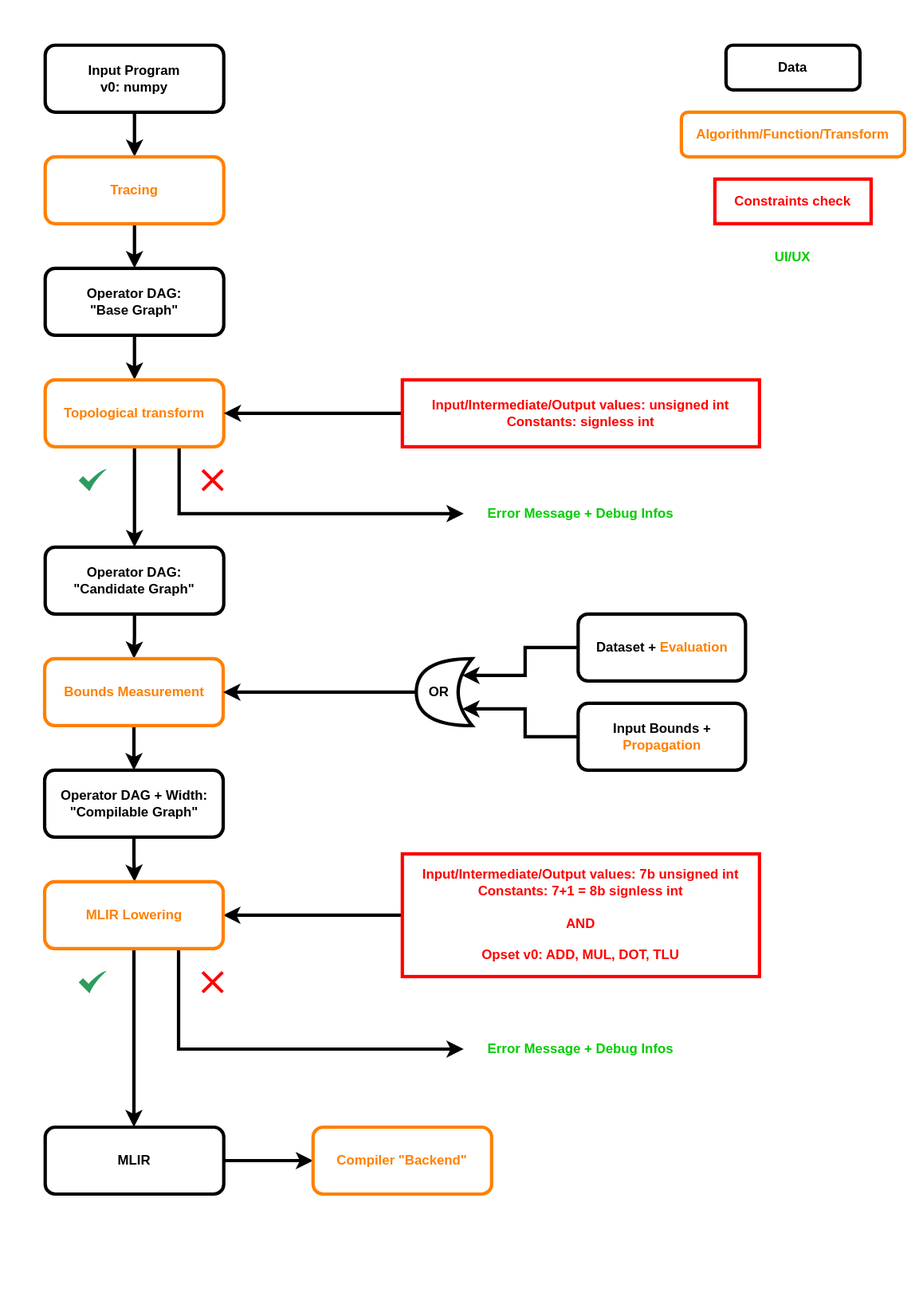
zama-ai/concrete keeps this draw.io diagram as docs/_static/compilation-pipeline/frontend_flow.svg. Above is the earlier version. Source tidied: cells renumbered, new cells last; positions are measured from the earlier drawing's top-left corner, leaving out a move shared by most shapes.
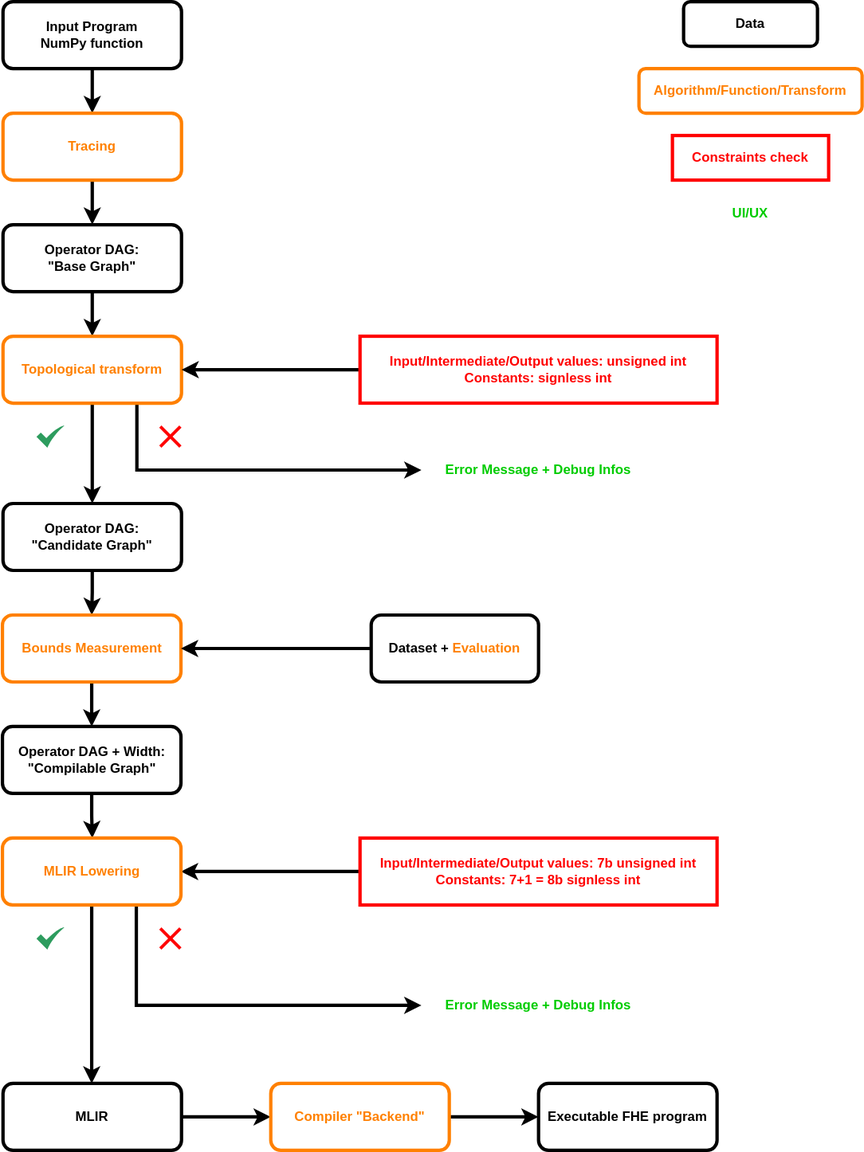
The same diagram one commit later.

Commit message:
docs: update compilation with torch compilation flow

- update frontend flow
- added torch to numpy flow

refs #1080

What changed in the source:
```diff
@@ -5,7 +5,7 @@
     <mxCell id="2" style="edgeStyle=orthogonalEdgeStyle;rounded=0;jettySize=auto;html=1;fontColor=#FF8000;strokeWidth=3;fontStyle=1;" parent="1" edge="1" source="3" target="5">
       <mxGeometry relative="1" as="geometry" />
     </mxCell>
-    <mxCell id="3" value="Input Program&lt;br&gt;v0: numpy" style="rounded=1;whiteSpace=wrap;html=1;strokeWidth=3;fontStyle=1;" parent="1" vertex="1">
+    <mxCell id="3" value="Input Program&lt;br&gt;NumPy function" style="rounded=1;whiteSpace=wrap;html=1;strokeWidth=3;fontStyle=1;" parent="1" vertex="1">
       <mxGeometry width="160" height="60" as="geometry" />
     </mxCell>
     <mxCell id="4" style="edgeStyle=orthogonalEdgeStyle;rounded=0;jettySize=auto;html=1;strokeWidth=3;fontStyle=1;" parent="1" edge="1" source="5" target="9">
@@ -47,8 +47,8 @@
     <mxCell id="16" style="edgeStyle=orthogonalEdgeStyle;rounded=0;jettySize=auto;html=1;exitX=0;exitY=0.5;exitDx=0;exitDy=0;entryX=1;entryY=0.5;entryDx=0;entryDy=0;fontColor=#FF8000;strokeWidth=3;" parent="1" edge="1" source="17" target="33">
       <mxGeometry relative="1" as="geometry" />
     </mxCell>
-    <mxCell id="17" value="Input/Intermediate/Output values: 7b unsigned int&lt;br&gt;Constants: 7+1 = 8b signless int&lt;br&gt;&lt;br&gt;AND&lt;br&gt;&lt;br&gt;&lt;span style=&quot;font-family: &amp;#34;helvetica&amp;#34;&quot;&gt;Opset v0: ADD, MUL, DOT, TLU&lt;/span&gt;" style="rounded=0;whiteSpace=wrap;html=1;strokeWidth=3;strokeColor=#FF0000;fontColor=#FF0000;fontStyle=1;" parent="1" vertex="1">
-      <mxGeometry x="320" y="725" width="320" height="110" as="geometry" />
+    <mxCell id="17" value="Input/Intermediate/Output values: 7b unsigned int&lt;br&gt;Constants: 7+1 = 8b signless int" style="rounded=0;whiteSpace=wrap;html=1;strokeWidth=3;strokeColor=#FF0000;fontColor=#FF0000;fontStyle=1;" parent="1" vertex="1">
+      <mxGeometry x="320" y="750" width="320" height="60" as="geometry" />
     </mxCell>
     <mxCell id="18" value="UI/UX" style="text;html=1;strokeColor=none;fillColor=none;align=center;verticalAlign=middle;whiteSpace=wrap;rounded=0;fontColor=#00CC00;fontStyle=1;" parent="1" vertex="1">
       <mxGeometry x="650" y="180" width="40" height="20" as="geometry" />
@@ -62,27 +62,14 @@
     <mxCell id="21" value="Bounds Measurement" style="rounded=1;whiteSpace=wrap;html=1;strokeColor=#FF8000;fontColor=#FF8000;strokeWidth=3;fontStyle=1;" parent="1" vertex="1">
       <mxGeometry x="-0.5" y="550" width="160" height="60" as="geometry" />
     </mxCell>
-    <mxCell id="22" style="edgeStyle=orthogonalEdgeStyle;rounded=0;jettySize=auto;html=1;fontColor=#00CC00;strokeWidth=3;" parent="1" edge="1" source="23" target="21">
-      <mxGeometry relative="1" as="geometry" />
+    <mxCell id="22" style="edgeStyle=orthogonalEdgeStyle;rounded=0;jettySize=auto;html=1;fontColor=#00CC00;strokeWidth=3;" parent="1" edge="1" target="21">
+      <mxGeometry relative="1" as="geometry">
+        <mxPoint x="332.5" y="580" as="sourcePoint" />
+      </mxGeometry>
     </mxCell>
-    <mxCell id="23" style="shape=xor;whiteSpace=wrap;html=1;fontColor=#00CC00;strokeWidth=3;rotation=-180;" parent="1" vertex="1">
-      <mxGeometry x="332.5" y="550" width="50" height="60" as="geometry" />
-    </mxCell>
-    <mxCell id="24" style="edgeStyle=orthogonalEdgeStyle;rounded=0;jettySize=auto;html=1;exitX=0;exitY=0.5;exitDx=0;exitDy=0;entryX=0.175;entryY=0.75;entryDx=0;entryDy=0;entryPerimeter=0;fontColor=#00CC00;strokeWidth=3;" parent="1" edge="1" source="25" target="23">
-      <mxGeometry relative="1" as="geometry" />
-    </mxCell>
     <mxCell id="25" value="Dataset + &lt;font color=&quot;#ff8000&quot;&gt;Evaluation&lt;/font&gt;" style="rounded=1;whiteSpace=wrap;html=1;strokeWidth=3;fontStyle=1;" parent="1" vertex="1">
-      <mxGeometry x="477.5" y="510" width="150" height="60" as="geometry" />
+      <mxGeometry x="330" y="550" width="150" height="60" as="geometry" />
     </mxCell>
-    <mxCell id="26" style="edgeStyle=orthogonalEdgeStyle;rounded=0;jettySize=auto;html=1;exitX=0;exitY=0.5;exitDx=0;exitDy=0;entryX=0.175;entryY=0.25;entryDx=0;entryDy=0;entryPerimeter=0;fontColor=#00CC00;strokeWidth=3;" parent="1" edge="1" source="27" target="23">
-      <mxGeometry relative="1" as="geometry" />
-    </mxCell>
-    <mxCell id="27" value="Input Bounds + &lt;font color=&quot;#ff8000&quot;&gt;Propagation&lt;/font&gt;" style="rounded=1;whiteSpace=wrap;html=1;strokeWidth=3;fontStyle=1;" parent="1" vertex="1">
-      <mxGeometry x="477.5" y="590" width="150" height="60" as="geometry" />
-    </mxCell>
-    <mxCell id="28" value="OR" style="text;html=1;strokeColor=none;fillColor=none;align=center;verticalAlign=middle;whiteSpace=wrap;rounded=0;fontStyle=1;" parent="1" vertex="1">
-      <mxGeometry x="332.5" y="570" width="40" height="20" as="geometry" />
-    </mxCell>
     <mxCell id="29" style="edgeStyle=orthogonalEdgeStyle;rounded=0;jettySize=auto;html=1;strokeWidth=3;" parent="1" edge="1" source="30">
       <mxGeometry relative="1" as="geometry">
         <mxPoint x="80" y="750" as="targetPoint" />
@@ -108,6 +95,9 @@
     <mxCell id="35" value="MLIR" style="rounded=1;whiteSpace=wrap;html=1;strokeWidth=3;fontStyle=1;" parent="1" vertex="1">
       <mxGeometry y="970" width="160" height="60" as="geometry" />
     </mxCell>
+    <mxCell id="44" style="edgeStyle=orthogonalEdgeStyle;rounded=0;jettySize=auto;html=1;strokeWidth=3;" parent="1" edge="1" source="36" target="45">
+      <mxGeometry relative="1" as="geometry" />
+    </mxCell>
     <mxCell id="36" value="Compiler &quot;Backend&quot;" style="rounded=1;whiteSpace=wrap;html=1;strokeColor=#FF8000;fontColor=#FF8000;strokeWidth=3;fontStyle=1;" parent="1" vertex="1">
       <mxGeometry x="240" y="970" width="160" height="60" as="geometry" />
     </mxCell>
@@ -132,5 +122,8 @@
     <mxCell id="43" style="shape=mxgraph.mockup.markup.redX;fillColor=#ff0000;html=1;shadow=0;strokeColor=none;fontColor=#FF8000;" parent="1" vertex="1">
       <mxGeometry x="140" y="830" width="20" height="20" as="geometry" />
     </mxCell>
+    <mxCell id="45" value="Executable FHE program" style="rounded=1;whiteSpace=wrap;html=1;strokeWidth=3;fontStyle=1;" parent="1" vertex="1">
+      <mxGeometry x="480" y="970" width="160" height="60" as="geometry" />
+    </mxCell>
   </root>
 </mxGraphModel>
```
